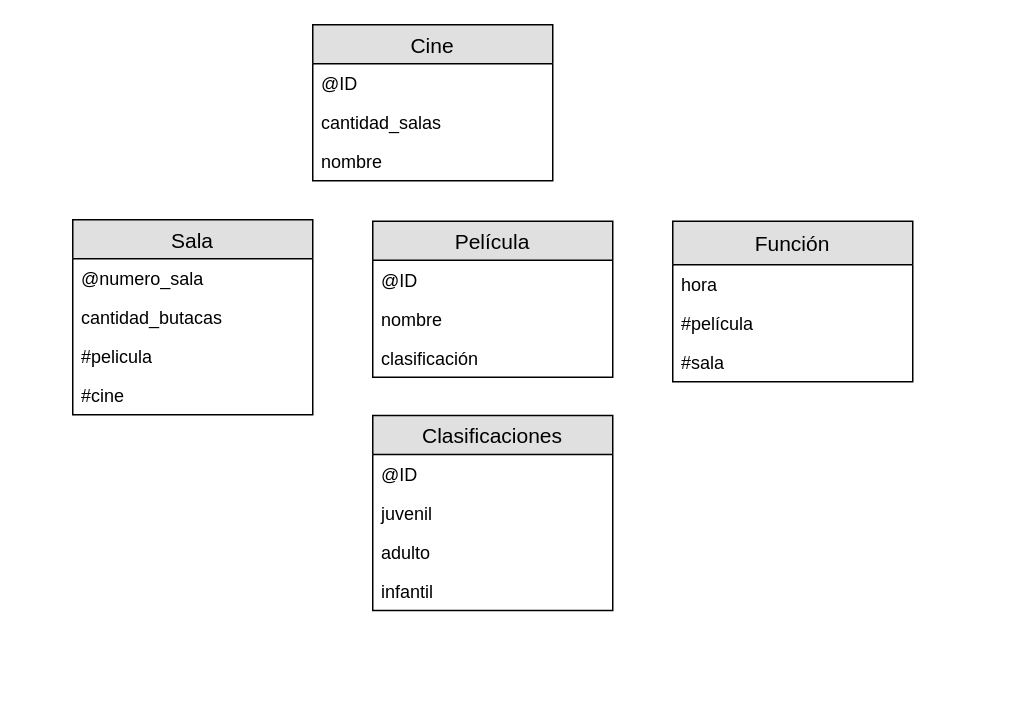
Before: DDBB/Untitled Diagram.drawio in mndzl/Java-Codes, a draw.io diagram. Source tidied: cells renumbered, new cells numbered last; positions are measured from the earlier drawing's top-left corner, leaving out a move shared by most shapes. Both pictures are drawn from the tidied source at 150%, with x=0, y=0 at pixel (72, 24).
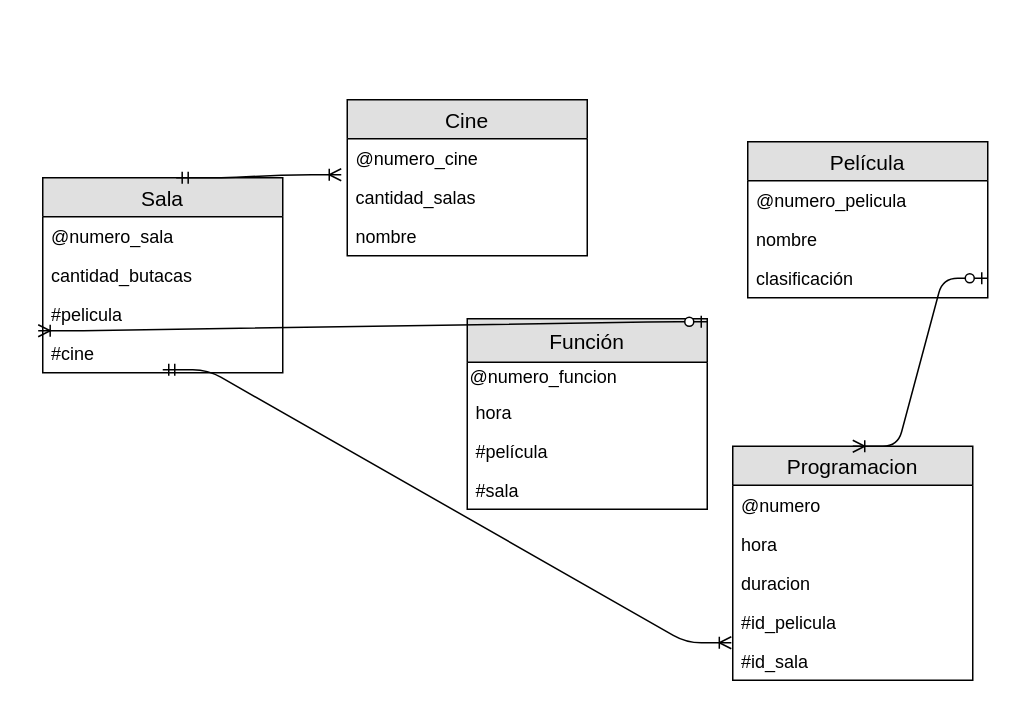
The same page after the edit.

The change refers to these unchanged cells:
```xml
<mxCell id="9" value="#pelicula" style="text;strokeColor=none;fillColor=none;spacingLeft=4;spacingRight=4;overflow=hidden;points=[[0,0.5],[1,0.5]];portConstraint=eastwest;fontSize=12;" parent="6" vertex="1">
  <mxGeometry y="78" width="160" height="26" as="geometry" />
</mxCell>
<mxCell id="18" value="clasificación" style="text;strokeColor=none;fillColor=none;spacingLeft=4;spacingRight=4;overflow=hidden;points=[[0,0.5],[1,0.5]];portConstraint=eastwest;fontSize=12;" parent="15" vertex="1">
  <mxGeometry y="78" width="160" height="26" as="geometry" />
</mxCell>
```

Change to the diagram source:
```diff
@@
     <mxCell id="2" value="Cine" style="swimlane;fontStyle=0;horizontal=1;startSize=26;fillColor=#e0e0e0;swimlaneFillColor=#ffffff;align=center;fontSize=14;" parent="1" vertex="1">
-      <mxGeometry x="160" width="160" height="104" as="geometry" />
+      <mxGeometry x="183" y="50" width="160" height="104" as="geometry" />
     </mxCell>
-    <mxCell id="3" value="@ID" style="text;strokeColor=none;fillColor=none;spacingLeft=4;spacingRight=4;overflow=hidden;fontSize=12;" parent="2" vertex="1">
+    <mxCell id="3" value="@numero_cine" style="text;strokeColor=none;fillColor=none;spacingLeft=4;spacingRight=4;overflow=hidden;fontSize=12;" parent="2" vertex="1">
       <mxGeometry y="26" width="160" height="26" as="geometry" />
     </mxCell>
@@
     <mxCell id="6" value="Sala" style="swimlane;fontStyle=0;horizontal=1;startSize=26;fillColor=#e0e0e0;swimlaneFillColor=#ffffff;align=center;fontSize=14;" parent="1" vertex="1">
-      <mxGeometry y="130" width="160" height="130" as="geometry" />
+      <mxGeometry x="-20" y="102" width="160" height="130" as="geometry" />
     </mxCell>
@@
     <mxCell id="11" value="Función" style="swimlane;fontStyle=0;horizontal=1;startSize=29;fillColor=#e0e0e0;swimlaneFillColor=#ffffff;align=center;fontSize=14;" parent="1" vertex="1">
-      <mxGeometry x="400" y="131" width="160" height="107" as="geometry" />
+      <mxGeometry x="263" y="196" width="160" height="127" as="geometry" />
     </mxCell>
-    <mxCell id="12" value="hora" style="text;strokeColor=none;fillColor=none;spacingLeft=4;spacingRight=4;overflow=hidden;fontSize=12;" parent="11" vertex="1">
-      <mxGeometry y="29" width="160" height="26" as="geometry" />
-    </mxCell>
+    <mxCell id="24" value="@numero_funcion" style="text;html=1;strokeColor=none;fillColor=none;align=left;verticalAlign=middle;whiteSpace=wrap;rounded=0;" parent="11" vertex="1">
+      <mxGeometry y="29" width="160" height="20" as="geometry" />
+    </mxCell>
+    <mxCell id="25" value="hora" style="text;strokeColor=none;fillColor=none;spacingLeft=4;spacingRight=4;overflow=hidden;fontSize=12;" parent="11" vertex="1">
+      <mxGeometry y="49" width="160" height="26" as="geometry" />
+    </mxCell>
     <mxCell id="13" value="#película" style="text;strokeColor=none;fillColor=none;spacingLeft=4;spacingRight=4;overflow=hidden;fontSize=12;" parent="11" vertex="1">
-      <mxGeometry y="55" width="160" height="26" as="geometry" />
+      <mxGeometry y="75" width="160" height="26" as="geometry" />
     </mxCell>
     <mxCell id="14" value="#sala" style="text;strokeColor=none;fillColor=none;spacingLeft=4;spacingRight=4;overflow=hidden;fontSize=12;" parent="11" vertex="1">
-      <mxGeometry y="81" width="160" height="26" as="geometry" />
+      <mxGeometry y="101" width="160" height="26" as="geometry" />
     </mxCell>
     <mxCell id="15" value="Película" style="swimlane;fontStyle=0;horizontal=1;startSize=26;fillColor=#e0e0e0;swimlaneFillColor=#ffffff;align=center;fontSize=14;" parent="1" vertex="1">
-      <mxGeometry x="200" y="131" width="160" height="104" as="geometry" />
+      <mxGeometry x="450" y="78" width="160" height="104" as="geometry" />
     </mxCell>
-    <mxCell id="16" value="@ID" style="text;strokeColor=none;fillColor=none;spacingLeft=4;spacingRight=4;overflow=hidden;fontSize=12;" parent="15" vertex="1">
+    <mxCell id="16" value="@numero_pelicula" style="text;strokeColor=none;fillColor=none;spacingLeft=4;spacingRight=4;overflow=hidden;fontSize=12;" parent="15" vertex="1">
       <mxGeometry y="26" width="160" height="26" as="geometry" />
     </mxCell>
@@
-    <mxCell id="19" value="Clasificaciones" style="swimlane;fontStyle=0;horizontal=1;startSize=26;fillColor=#e0e0e0;swimlaneFillColor=#ffffff;align=center;fontSize=14;" parent="1" vertex="1">
-      <mxGeometry x="200" y="260.5" width="160" height="130" as="geometry" />
-    </mxCell>
-    <mxCell id="20" value="@ID" style="text;strokeColor=none;fillColor=none;spacingLeft=4;spacingRight=4;overflow=hidden;fontSize=12;" parent="19" vertex="1">
-      <mxGeometry y="26" width="160" height="26" as="geometry" />
-    </mxCell>
-    <mxCell id="21" value="juvenil" style="text;strokeColor=none;fillColor=none;spacingLeft=4;spacingRight=4;overflow=hidden;fontSize=12;" parent="19" vertex="1">
-      <mxGeometry y="52" width="160" height="26" as="geometry" />
-    </mxCell>
-    <mxCell id="22" value="adulto" style="text;strokeColor=none;fillColor=none;spacingLeft=4;spacingRight=4;overflow=hidden;fontSize=12;" parent="19" vertex="1">
-      <mxGeometry y="78" width="160" height="26" as="geometry" />
-    </mxCell>
-    <mxCell id="23" value="infantil" style="text;strokeColor=none;fillColor=none;spacingLeft=4;spacingRight=4;overflow=hidden;fontSize=12;" parent="19" vertex="1">
-      <mxGeometry y="104" width="160" height="26" as="geometry" />
-    </mxCell>
+    <mxCell id="26" style="edgeStyle=entityRelationEdgeStyle;fontSize=12;html=1;endArrow=ERoneToMany;startArrow=ERzeroToOne;entryX=-0.019;entryY=0.923;entryDx=0;entryDy=0;entryPerimeter=0;exitX=1;exitY=0.016;exitDx=0;exitDy=0;exitPerimeter=0;" parent="1" edge="1" source="11" target="9">
+      <mxGeometry relative="1" as="geometry" />
+    </mxCell>
+    <mxCell id="27" style="edgeStyle=entityRelationEdgeStyle;fontSize=12;html=1;endArrow=ERoneToMany;startArrow=ERmandOne;exitX=0.556;exitY=0;exitDx=0;exitDy=0;exitPerimeter=0;" parent="1" edge="1" source="6">
+      <mxGeometry relative="1" as="geometry">
+        <mxPoint x="179" y="100" as="targetPoint" />
+      </mxGeometry>
+    </mxCell>
+    <mxCell id="28" value="Programacion" style="swimlane;fontStyle=0;horizontal=1;startSize=26;fillColor=#e0e0e0;swimlaneFillColor=#ffffff;align=center;fontSize=14;" parent="1" vertex="1">
+      <mxGeometry x="440" y="281" width="160" height="156" as="geometry" />
+    </mxCell>
+    <mxCell id="29" value="@numero" style="text;strokeColor=none;fillColor=none;spacingLeft=4;spacingRight=4;overflow=hidden;fontSize=12;" parent="28" vertex="1">
+      <mxGeometry y="26" width="160" height="26" as="geometry" />
+    </mxCell>
+    <mxCell id="30" value="hora" style="text;strokeColor=none;fillColor=none;spacingLeft=4;spacingRight=4;overflow=hidden;fontSize=12;" parent="28" vertex="1">
+      <mxGeometry y="52" width="160" height="26" as="geometry" />
+    </mxCell>
+    <mxCell id="31" value="duracion" style="text;strokeColor=none;fillColor=none;spacingLeft=4;spacingRight=4;overflow=hidden;fontSize=12;" parent="28" vertex="1">
+      <mxGeometry y="78" width="160" height="26" as="geometry" />
+    </mxCell>
+    <mxCell id="32" value="#id_pelicula" style="text;strokeColor=none;fillColor=none;spacingLeft=4;spacingRight=4;overflow=hidden;points=[[0,0.5],[1,0.5]];portConstraint=eastwest;fontSize=12;align=left;" parent="28" vertex="1">
+      <mxGeometry y="104" width="160" height="26" as="geometry" />
+    </mxCell>
+    <mxCell id="33" value="#id_sala" style="text;strokeColor=none;fillColor=none;spacingLeft=4;spacingRight=4;overflow=hidden;fontSize=12;align=left;" parent="28" vertex="1">
+      <mxGeometry y="130" width="160" height="26" as="geometry" />
+    </mxCell>
+    <mxCell id="34" style="edgeStyle=entityRelationEdgeStyle;fontSize=12;html=1;endArrow=ERoneToMany;startArrow=ERzeroToOne;entryX=0.5;entryY=0;entryDx=0;entryDy=0;exitX=1;exitY=0.5;exitDx=0;exitDy=0;" parent="1" edge="1" source="18" target="28">
+      <mxGeometry relative="1" as="geometry" />
+    </mxCell>
+    <mxCell id="35" style="edgeStyle=entityRelationEdgeStyle;fontSize=12;html=1;endArrow=ERoneToMany;startArrow=ERmandOne;entryX=-0.006;entryY=1.038;entryDx=0;entryDy=0;entryPerimeter=0;" parent="1" edge="1" target="32">
+      <mxGeometry relative="1" as="geometry">
+        <mxPoint x="60" y="230" as="sourcePoint" />
+      </mxGeometry>
+    </mxCell>
```
